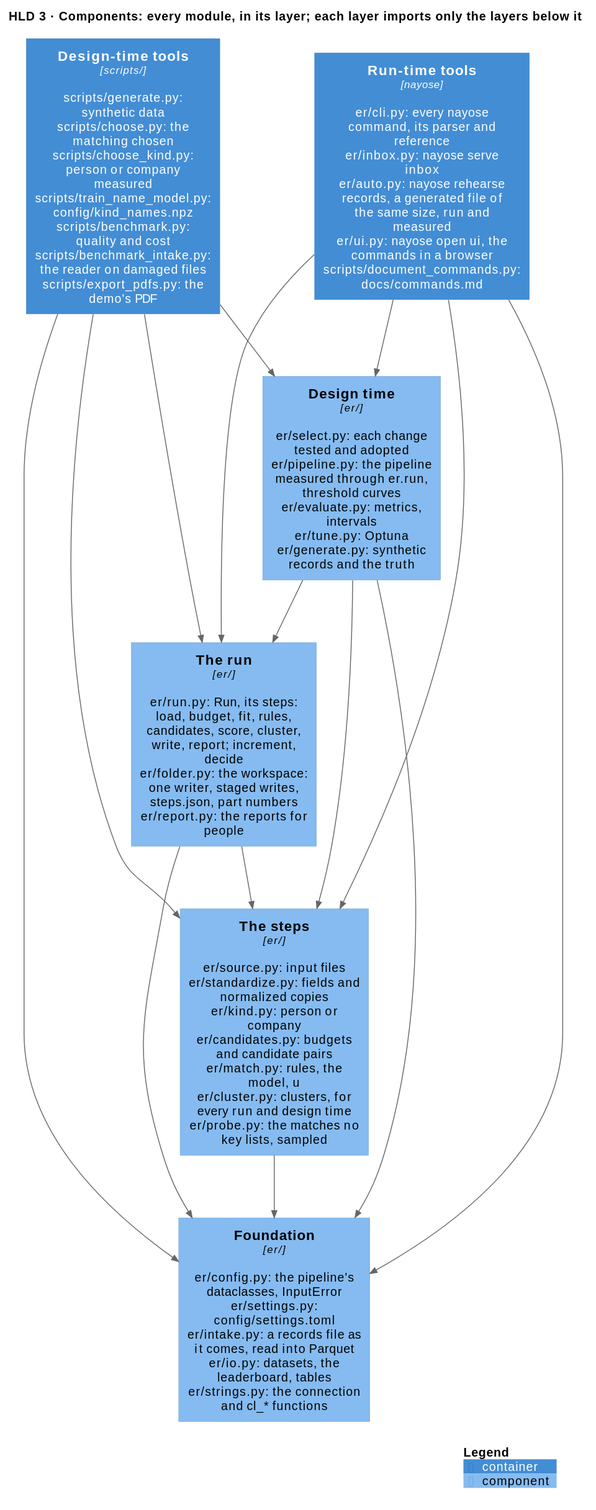
Before: docs/diagrams/components.svg, a diagram exported from PlantUML (mvsbm/entity_matching).
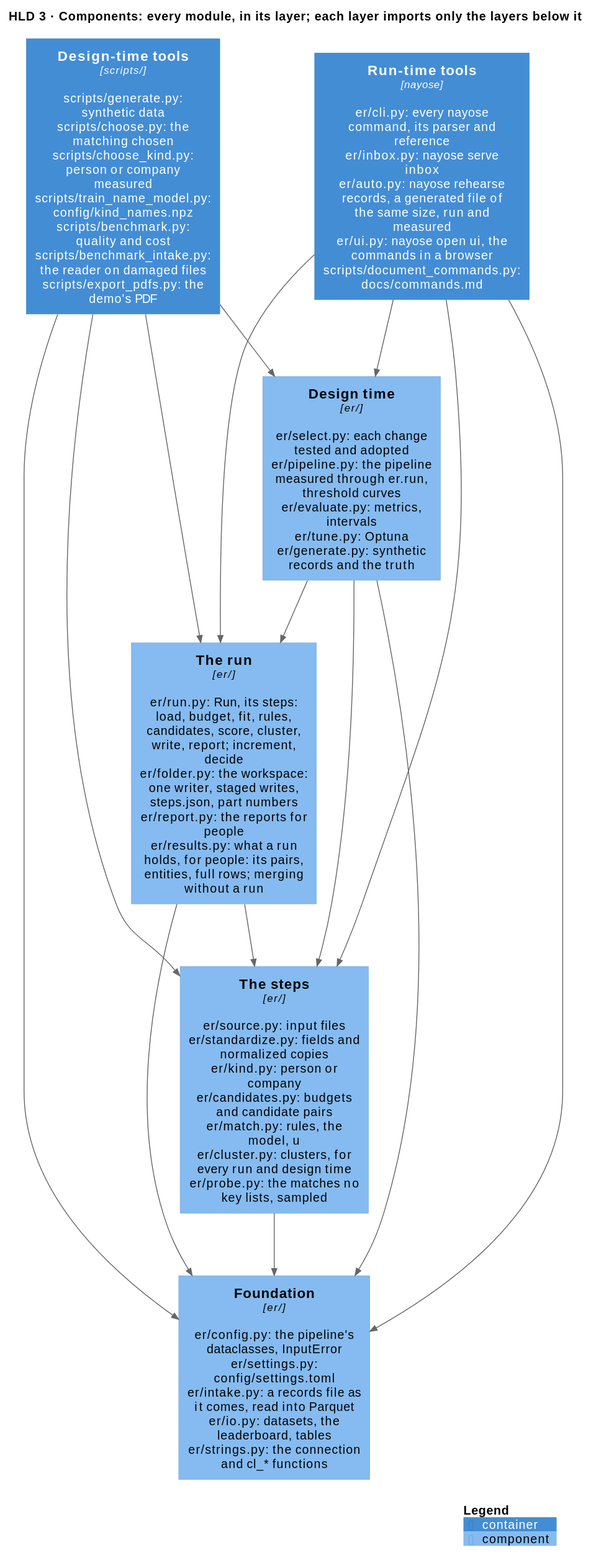
The same diagram one commit later.

The edit, as a diff of the source:
```diff
@@ -7,7 +7,7 @@
 Container(tools_run, "Run-time tools", "nayose", "er/cli.py: every nayose command, its parser and reference\ner/inbox.py: nayose serve inbox\ner/auto.py: nayose rehearse records, a generated file of the same size, run and measured\ner/ui.py: nayose open ui, the commands in a browser\nscripts/document_commands.py: docs/commands.md")
 Container(tools_design, "Design-time tools", "scripts/", "scripts/generate.py: synthetic data\nscripts/choose.py: the matching chosen\nscripts/choose_kind.py: person or company measured\nscripts/train_name_model.py: config/kind_names.npz\nscripts/benchmark.py: quality and cost\nscripts/benchmark_intake.py: the reader on damaged files\nscripts/export_pdfs.py: the demo's PDF")
 
-Component(run, "The run", "er/", "er/run.py: Run, its steps: load, budget, fit, rules, candidates, score, cluster, write, report; increment, decide\ner/folder.py: the workspace: one writer, staged writes, steps.json, part numbers\ner/report.py: the reports for people")
+Component(run, "The run", "er/", "er/run.py: Run, its steps: load, budget, fit, rules, candidates, score, cluster, write, report; increment, decide\ner/folder.py: the workspace: one writer, staged writes, steps.json, part numbers\ner/report.py: the reports for people\ner/results.py: what a run holds, for people: its pairs, entities, full rows; merging without a run")
 Component(design, "Design time", "er/", "er/select.py: each change tested and adopted\ner/pipeline.py: the pipeline measured through er.run, threshold curves\ner/evaluate.py: metrics, intervals\ner/tune.py: Optuna\ner/generate.py: synthetic records and the truth")
 Component(steps, "The steps", "er/", "er/source.py: input files\ner/standardize.py: fields and normalized copies\ner/kind.py: person or company\ner/candidates.py: budgets and candidate pairs\ner/match.py: rules, the model, u\ner/cluster.py: clusters, for every run and design time\ner/probe.py: the matches no key lists, sampled")
 Component(configuration, "Foundation", "er/", "er/config.py: the pipeline's dataclasses, InputError\ner/settings.py: config/settings.toml\ner/intake.py: a records file as it comes, read into Parquet\ner/io.py: datasets, the leaderboard, tables\ner/strings.py: the connection and cl_* functions")
```
